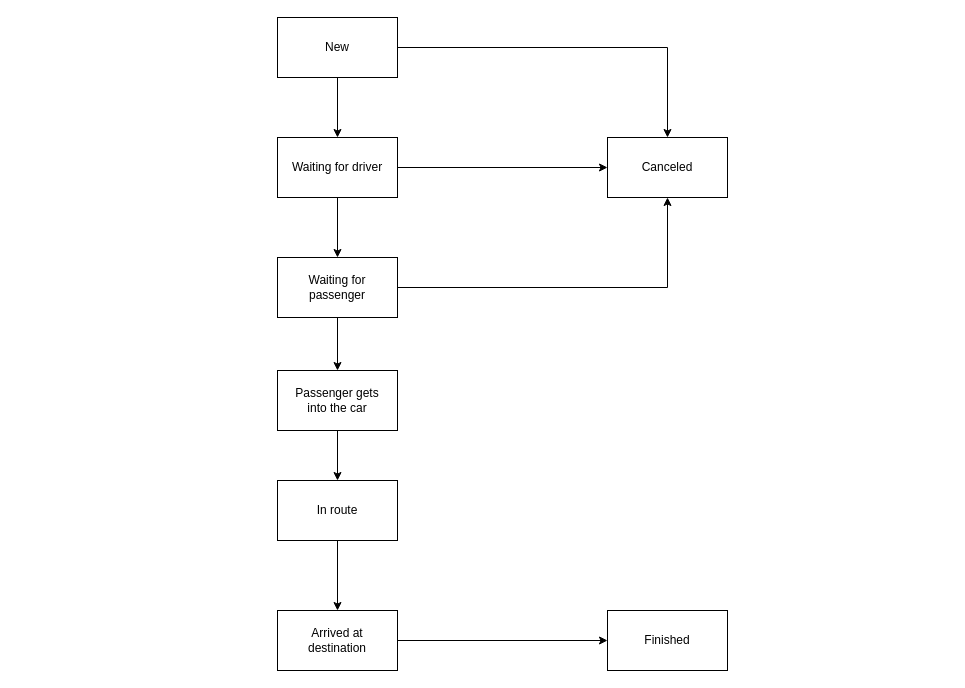
This is architecture/diagrams/use-cases/ride-states.drawio from RideXpress/docs, a draw.io file, before an edit. Source tidied: cells renumbered, new cells numbered last; positions are measured from the earlier drawing's top-left corner, leaving out a move shared by most shapes. Both pictures are drawn from the tidied source at 100%, with x=0, y=0 at pixel (277, 17).
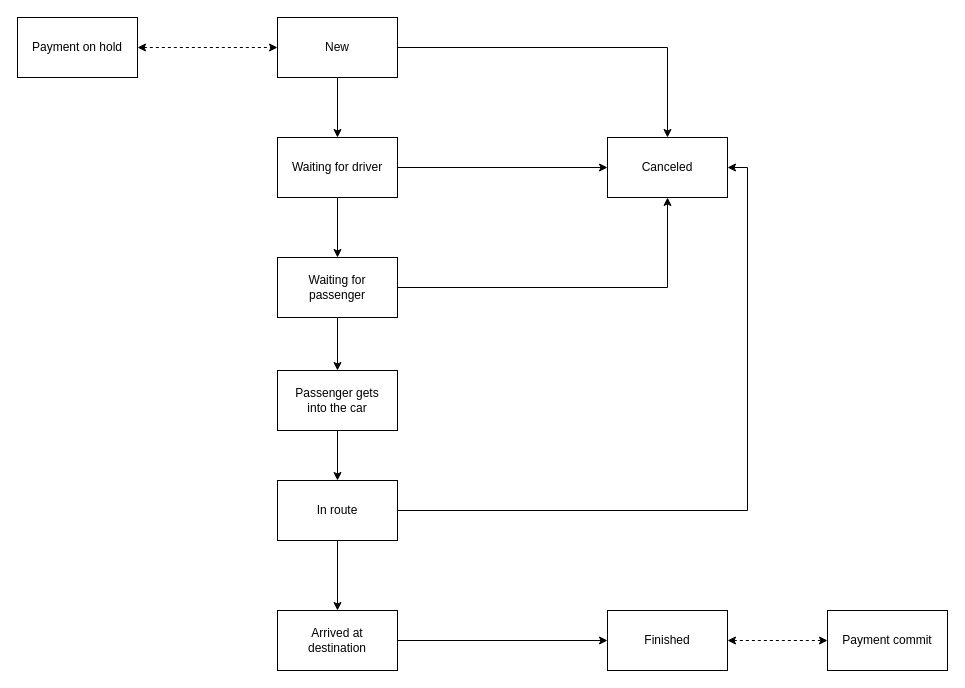
The same diagram, later.

Commit message:
Adding payment conditions

Unchanged cells that the change refers to:
```xml
<mxCell id="4" value="New" style="rounded=0;whiteSpace=wrap;html=1;" parent="1" vertex="1">
  <mxGeometry width="120" height="60" as="geometry" />
</mxCell>
<mxCell id="8" value="Canceled" style="rounded=0;whiteSpace=wrap;html=1;" parent="1" vertex="1">
  <mxGeometry x="330" y="120" width="120" height="60" as="geometry" />
</mxCell>
<mxCell id="13" value="In route" style="rounded=0;whiteSpace=wrap;html=1;" parent="1" vertex="1">
  <mxGeometry y="463" width="120" height="60" as="geometry" />
</mxCell>
<mxCell id="16" value="Finished" style="rounded=0;whiteSpace=wrap;html=1;" parent="1" vertex="1">
  <mxGeometry x="330" y="593" width="120" height="60" as="geometry" />
</mxCell>
```

Change to the diagram source:
```diff
@@
+    <mxCell id="19" style="edgeStyle=orthogonalEdgeStyle;rounded=0;jettySize=auto;html=1;exitX=1;exitY=0.5;exitDx=0;exitDy=0;entryX=1;entryY=0.5;entryDx=0;entryDy=0;" parent="1" edge="1" source="13" target="8">
+      <mxGeometry relative="1" as="geometry" />
+    </mxCell>
@@
+    <mxCell id="20" style="edgeStyle=orthogonalEdgeStyle;rounded=0;jettySize=auto;html=1;entryX=0;entryY=0.5;entryDx=0;entryDy=0;endArrow=classic;endFill=1;dashed=1;startArrow=classic;startFill=1;" parent="1" edge="1" source="16" target="23">
+      <mxGeometry relative="1" as="geometry" />
+    </mxCell>
@@
+    <mxCell id="21" value="Payment on hold" style="rounded=0;whiteSpace=wrap;html=1;" parent="1" vertex="1">
+      <mxGeometry x="-260" width="120" height="60" as="geometry" />
+    </mxCell>
+    <mxCell id="22" style="endArrow=classic;startArrow=classic;html=1;rounded=0;entryX=0;entryY=0.5;entryDx=0;entryDy=0;exitX=1;exitY=0.5;exitDx=0;exitDy=0;dashed=1;" parent="1" edge="1" source="21" target="4">
+      <mxGeometry relative="1" as="geometry" />
+    </mxCell>
+    <mxCell id="23" value="Payment commit" style="rounded=0;whiteSpace=wrap;html=1;" parent="1" vertex="1">
+      <mxGeometry x="550" y="593" width="120" height="60" as="geometry" />
+    </mxCell>
```
